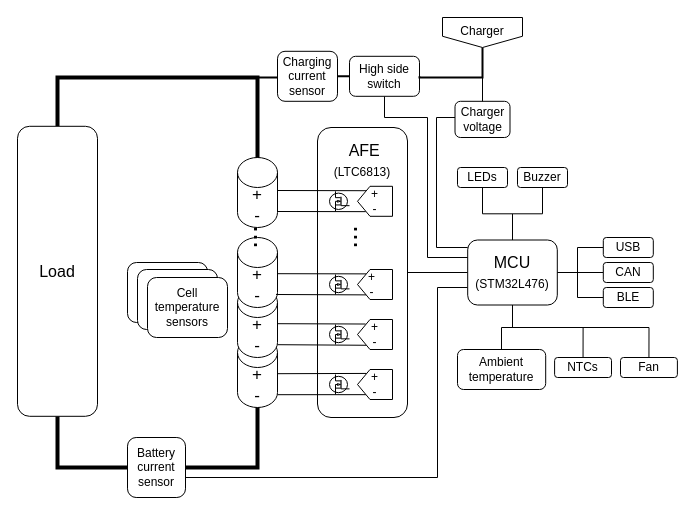
G-Pereira/greenmobi-bms keeps this draw.io diagram as docs/block-diagram.drawio. Above is the earlier version. Source tidied: cells renumbered, new cells numbered last; positions are measured from the earlier drawing's top-left corner, leaving out a move shared by most shapes. Both pictures are drawn from the tidied source at 100%, with x=0, y=0 at pixel (17, 17).
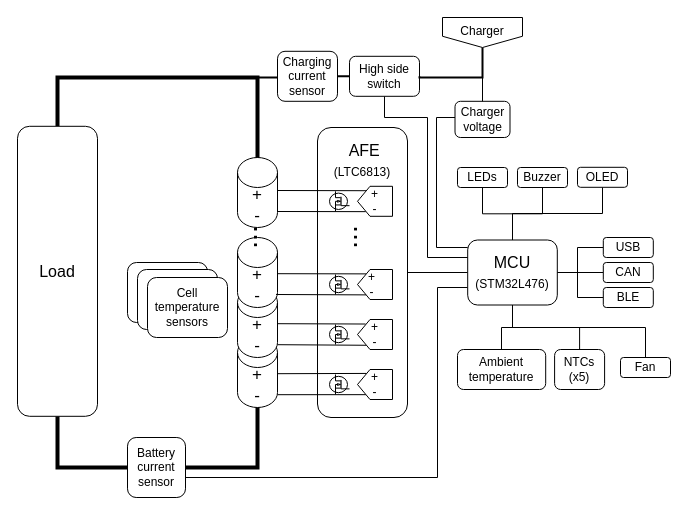
After the change.

Commit message (it also covers changes not shown here):
OLED screen

Unchanged cells that the change refers to:
```xml
<mxCell id="20" value="MCU&lt;br&gt;&lt;font style=&quot;font-size: 12px;&quot;&gt;(STM32L476)&lt;/font&gt;" style="rounded=1;whiteSpace=wrap;html=1;fontSize=16;" parent="1" vertex="1">
  <mxGeometry x="450.2" y="222.5" width="89.6" height="65" as="geometry" />
</mxCell>
```

What changed in the source:
```diff
@@
     <mxCell id="18" style="edgeStyle=orthogonalEdgeStyle;rounded=0;jettySize=auto;html=1;endArrow=none;endFill=0;exitX=0.5;exitY=1;exitDx=0;exitDy=0;entryX=0.5;entryY=0;entryDx=0;entryDy=0;" parent="1" edge="1" source="20" target="61">
       <mxGeometry relative="1" as="geometry">
         <Array as="points">
           <mxPoint x="495" y="310" />
-          <mxPoint x="566" y="310" />
+          <mxPoint x="562" y="310" />
         </Array>
       </mxGeometry>
     </mxCell>
     <mxCell id="19" style="edgeStyle=orthogonalEdgeStyle;rounded=0;jettySize=auto;html=1;endArrow=none;endFill=0;exitX=0.5;exitY=1;exitDx=0;exitDy=0;entryX=0.5;entryY=0;entryDx=0;entryDy=0;" parent="1" edge="1" source="20" target="63">
       <mxGeometry relative="1" as="geometry">
         <Array as="points">
           <mxPoint x="495" y="310" />
-          <mxPoint x="631" y="310" />
+          <mxPoint x="628" y="310" />
         </Array>
       </mxGeometry>
     </mxCell>
+    <mxCell id="67" style="edgeStyle=orthogonalEdgeStyle;rounded=0;jettySize=auto;html=1;endArrow=none;endFill=0;" parent="1" edge="1" source="20" target="68">
+      <mxGeometry relative="1" as="geometry">
+        <Array as="points">
+          <mxPoint x="495" y="196" />
+          <mxPoint x="585" y="196" />
+        </Array>
+      </mxGeometry>
+    </mxCell>
@@
-    <mxCell id="61" value="NTCs" style="rounded=1;whiteSpace=wrap;html=1;fontSize=12;fillColor=#ffffff;" parent="1" vertex="1">
-      <mxGeometry x="537.1" y="340" width="56.9" height="20" as="geometry" />
+    <mxCell id="61" value="NTCs (x5)" style="rounded=1;whiteSpace=wrap;html=1;fontSize=12;fillColor=#ffffff;" parent="1" vertex="1">
+      <mxGeometry x="537.1" y="332" width="50" height="40" as="geometry" />
     </mxCell>
@@
     <mxCell id="63" value="Fan" style="rounded=1;whiteSpace=wrap;html=1;fontSize=12;fillColor=#ffffff;" parent="1" vertex="1">
-      <mxGeometry x="603" y="340" width="56.9" height="20" as="geometry" />
+      <mxGeometry x="603" y="340" width="50" height="20" as="geometry" />
     </mxCell>
@@
+    <mxCell id="68" value="OLED" style="rounded=1;whiteSpace=wrap;html=1;fontSize=12;" parent="1" vertex="1">
+      <mxGeometry x="560" y="149.8" width="50" height="20" as="geometry" />
+    </mxCell>
```
